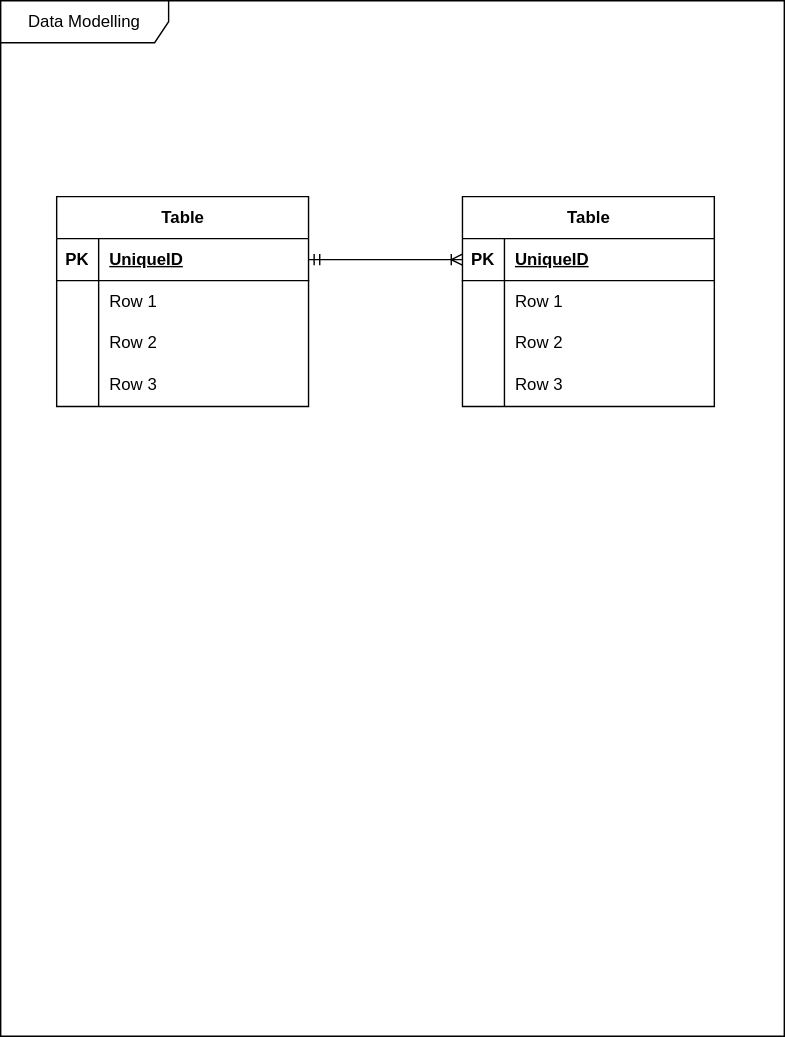
Earlier version of the draw.io export Document/DataModelling.svg (cjungwo/Weadinator). Source tidied: cells renumbered, new cells last; positions are measured from the earlier drawing's top-left corner, leaving out a move shared by most shapes.
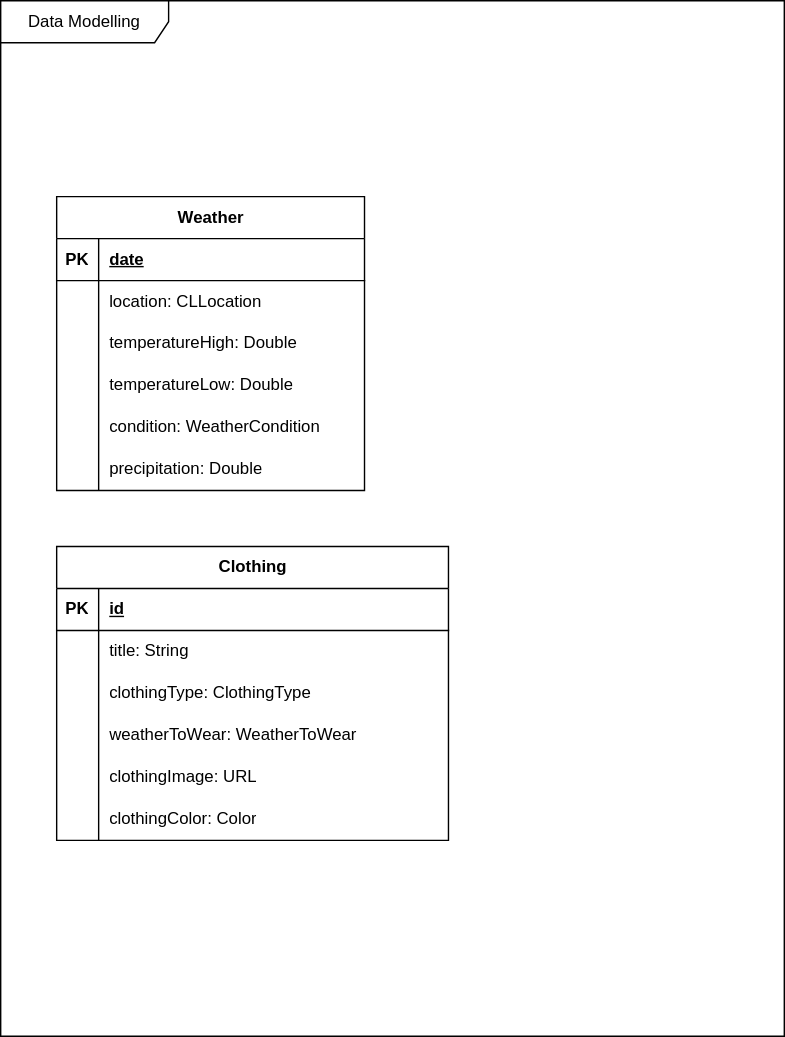
After the change.

Commit message:
#3 - Update Weather & Clothing Model in DataModelling

Change to the diagram source:
```diff
@@ -5,86 +5,119 @@
     <mxCell id="2" value="Data Modelling" style="shape=umlFrame;whiteSpace=wrap;html=1;width=120;height=30;" parent="1" vertex="1">
       <mxGeometry width="560" height="740" as="geometry" />
     </mxCell>
-    <mxCell id="3" value="Table" style="shape=table;startSize=30;rowLines=0;fontStyle=1;align=center;html=1;" parent="2" vertex="1">
-      <mxGeometry x="40" y="140" width="180" height="150" as="geometry" />
+    <mxCell id="3" value="Weather" style="shape=table;startSize=30;rowLines=0;fontStyle=1;align=center;html=1;" parent="2" vertex="1">
+      <mxGeometry x="40" y="140" width="220" height="210" as="geometry" />
     </mxCell>
     <mxCell id="4" style="shape=tableRow;horizontal=0;startSize=0;swimlaneHead=0;swimlaneBody=0;fillColor=none;points=[[0,0.5],[1,0.5]];portConstraint=eastwest;top=0;left=0;right=0;bottom=1;" parent="3" vertex="1">
-      <mxGeometry y="30" width="180" height="30" as="geometry" />
+      <mxGeometry y="30" width="220" height="30" as="geometry" />
     </mxCell>
     <mxCell id="5" value="PK" style="shape=partialRectangle;fillColor=none;top=0;left=0;bottom=0;right=0;fontStyle=1;overflow=hidden;whiteSpace=wrap;html=1;" parent="4" vertex="1">
       <mxGeometry width="30" height="30" as="geometry" />
     </mxCell>
-    <mxCell id="6" value="UniqueID" style="shape=partialRectangle;fillColor=none;top=0;left=0;bottom=0;right=0;align=left;spacingLeft=6;fontStyle=5;overflow=hidden;whiteSpace=wrap;html=1;" parent="4" vertex="1">
-      <mxGeometry x="30" width="150" height="30" as="geometry" />
+    <mxCell id="6" value="date" style="shape=partialRectangle;fillColor=none;top=0;left=0;bottom=0;right=0;align=left;spacingLeft=6;fontStyle=5;overflow=hidden;whiteSpace=wrap;html=1;" parent="4" vertex="1">
+      <mxGeometry x="30" width="190" height="30" as="geometry" />
     </mxCell>
+    <mxCell id="30" style="shape=tableRow;horizontal=0;startSize=0;swimlaneHead=0;swimlaneBody=0;fillColor=none;top=0;left=0;right=0;bottom=0;" parent="3" vertex="1">
+      <mxGeometry y="60" width="220" height="30" as="geometry" />
+    </mxCell>
+    <mxCell id="31" style="shape=partialRectangle;fillColor=none;top=0;left=0;bottom=0;right=0;overflow=hidden;whiteSpace=wrap;html=1;" parent="30" vertex="1">
+      <mxGeometry width="30" height="30" as="geometry" />
+    </mxCell>
+    <mxCell id="32" value="location: CLLocation" style="shape=partialRectangle;fillColor=none;top=0;left=0;bottom=0;right=0;align=left;spacingLeft=6;overflow=hidden;whiteSpace=wrap;html=1;" parent="30" vertex="1">
+      <mxGeometry x="30" width="190" height="30" as="geometry" />
+    </mxCell>
     <mxCell id="7" style="shape=tableRow;horizontal=0;startSize=0;swimlaneHead=0;swimlaneBody=0;fillColor=none;top=0;left=0;right=0;bottom=0;" parent="3" vertex="1">
-      <mxGeometry y="60" width="180" height="30" as="geometry" />
+      <mxGeometry y="90" width="220" height="30" as="geometry" />
     </mxCell>
     <mxCell id="8" style="shape=partialRectangle;fillColor=none;top=0;left=0;bottom=0;right=0;overflow=hidden;whiteSpace=wrap;html=1;" parent="7" vertex="1">
       <mxGeometry width="30" height="30" as="geometry" />
     </mxCell>
-    <mxCell id="9" value="Row 1" style="shape=partialRectangle;fillColor=none;top=0;left=0;bottom=0;right=0;align=left;spacingLeft=6;overflow=hidden;whiteSpace=wrap;html=1;" parent="7" vertex="1">
-      <mxGeometry x="30" width="150" height="30" as="geometry" />
+    <mxCell id="9" value="temperatureHigh: Double" style="shape=partialRectangle;fillColor=none;top=0;left=0;bottom=0;right=0;align=left;spacingLeft=6;overflow=hidden;whiteSpace=wrap;html=1;" parent="7" vertex="1">
+      <mxGeometry x="30" width="190" height="30" as="geometry" />
     </mxCell>
+    <mxCell id="33" style="shape=tableRow;horizontal=0;startSize=0;swimlaneHead=0;swimlaneBody=0;fillColor=none;top=0;left=0;right=0;bottom=0;" parent="3" vertex="1">
+      <mxGeometry y="120" width="220" height="30" as="geometry" />
+    </mxCell>
+    <mxCell id="34" style="shape=partialRectangle;fillColor=none;top=0;left=0;bottom=0;right=0;overflow=hidden;whiteSpace=wrap;html=1;" parent="33" vertex="1">
+      <mxGeometry width="30" height="30" as="geometry" />
+    </mxCell>
+    <mxCell id="35" value="temperatureLow: Double" style="shape=partialRectangle;fillColor=none;top=0;left=0;bottom=0;right=0;align=left;spacingLeft=6;overflow=hidden;whiteSpace=wrap;html=1;" parent="33" vertex="1">
+      <mxGeometry x="30" width="190" height="30" as="geometry" />
+    </mxCell>
     <mxCell id="10" style="shape=tableRow;horizontal=0;startSize=0;swimlaneHead=0;swimlaneBody=0;fillColor=none;top=0;left=0;right=0;bottom=0;" parent="3" vertex="1">
-      <mxGeometry y="90" width="180" height="30" as="geometry" />
+      <mxGeometry y="150" width="220" height="30" as="geometry" />
     </mxCell>
     <mxCell id="11" style="shape=partialRectangle;fillColor=none;top=0;left=0;bottom=0;right=0;overflow=hidden;whiteSpace=wrap;html=1;" parent="10" vertex="1">
       <mxGeometry width="30" height="30" as="geometry" />
     </mxCell>
-    <mxCell id="12" value="Row 2" style="shape=partialRectangle;fillColor=none;top=0;left=0;bottom=0;right=0;align=left;spacingLeft=6;overflow=hidden;whiteSpace=wrap;html=1;" parent="10" vertex="1">
-      <mxGeometry x="30" width="150" height="30" as="geometry" />
+    <mxCell id="12" value="condition: WeatherCondition" style="shape=partialRectangle;fillColor=none;top=0;left=0;bottom=0;right=0;align=left;spacingLeft=6;overflow=hidden;whiteSpace=wrap;html=1;" parent="10" vertex="1">
+      <mxGeometry x="30" width="190" height="30" as="geometry" />
     </mxCell>
     <mxCell id="13" style="shape=tableRow;horizontal=0;startSize=0;swimlaneHead=0;swimlaneBody=0;fillColor=none;top=0;left=0;right=0;bottom=0;" parent="3" vertex="1">
-      <mxGeometry y="120" width="180" height="30" as="geometry" />
+      <mxGeometry y="180" width="220" height="30" as="geometry" />
     </mxCell>
     <mxCell id="14" style="shape=partialRectangle;fillColor=none;top=0;left=0;bottom=0;right=0;overflow=hidden;whiteSpace=wrap;html=1;" parent="13" vertex="1">
       <mxGeometry width="30" height="30" as="geometry" />
     </mxCell>
-    <mxCell id="15" value="Row 3" style="shape=partialRectangle;fillColor=none;top=0;left=0;bottom=0;right=0;align=left;spacingLeft=6;overflow=hidden;whiteSpace=wrap;html=1;" parent="13" vertex="1">
-      <mxGeometry x="30" width="150" height="30" as="geometry" />
+    <mxCell id="15" value="precipitation: Double" style="shape=partialRectangle;fillColor=none;top=0;left=0;bottom=0;right=0;align=left;spacingLeft=6;overflow=hidden;whiteSpace=wrap;html=1;" parent="13" vertex="1">
+      <mxGeometry x="30" width="190" height="30" as="geometry" />
     </mxCell>
-    <mxCell id="16" value="Table" style="shape=table;startSize=30;rowLines=0;fontStyle=1;align=center;html=1;" parent="2" vertex="1">
-      <mxGeometry x="330" y="140" width="180" height="150" as="geometry" />
+    <mxCell id="16" value="Clothing" style="shape=table;startSize=30;rowLines=0;fontStyle=1;align=center;html=1;" parent="2" vertex="1">
+      <mxGeometry x="40" y="390" width="280" height="210" as="geometry" />
     </mxCell>
     <mxCell id="17" style="shape=tableRow;horizontal=0;startSize=0;swimlaneHead=0;swimlaneBody=0;fillColor=none;points=[[0,0.5],[1,0.5]];portConstraint=eastwest;top=0;left=0;right=0;bottom=1;" parent="16" vertex="1">
-      <mxGeometry y="30" width="180" height="30" as="geometry" />
+      <mxGeometry y="30" width="280" height="30" as="geometry" />
     </mxCell>
     <mxCell id="18" value="PK" style="shape=partialRectangle;fillColor=none;top=0;left=0;bottom=0;right=0;fontStyle=1;overflow=hidden;whiteSpace=wrap;html=1;" parent="17" vertex="1">
       <mxGeometry width="30" height="30" as="geometry" />
     </mxCell>
-    <mxCell id="19" value="UniqueID" style="shape=partialRectangle;fillColor=none;top=0;left=0;bottom=0;right=0;align=left;spacingLeft=6;fontStyle=5;overflow=hidden;whiteSpace=wrap;html=1;" parent="17" vertex="1">
-      <mxGeometry x="30" width="150" height="30" as="geometry" />
+    <mxCell id="19" value="id" style="shape=partialRectangle;fillColor=none;top=0;left=0;bottom=0;right=0;align=left;spacingLeft=6;fontStyle=5;overflow=hidden;whiteSpace=wrap;html=1;" parent="17" vertex="1">
+      <mxGeometry x="30" width="250" height="30" as="geometry" />
     </mxCell>
     <mxCell id="20" style="shape=tableRow;horizontal=0;startSize=0;swimlaneHead=0;swimlaneBody=0;fillColor=none;top=0;left=0;right=0;bottom=0;" parent="16" vertex="1">
-      <mxGeometry y="60" width="180" height="30" as="geometry" />
+      <mxGeometry y="60" width="280" height="30" as="geometry" />
     </mxCell>
     <mxCell id="21" style="shape=partialRectangle;fillColor=none;top=0;left=0;bottom=0;right=0;overflow=hidden;whiteSpace=wrap;html=1;" parent="20" vertex="1">
       <mxGeometry width="30" height="30" as="geometry" />
     </mxCell>
-    <mxCell id="22" value="Row 1" style="shape=partialRectangle;fillColor=none;top=0;left=0;bottom=0;right=0;align=left;spacingLeft=6;overflow=hidden;whiteSpace=wrap;html=1;" parent="20" vertex="1">
-      <mxGeometry x="30" width="150" height="30" as="geometry" />
+    <mxCell id="22" value="title: String" style="shape=partialRectangle;fillColor=none;top=0;left=0;bottom=0;right=0;align=left;spacingLeft=6;overflow=hidden;whiteSpace=wrap;html=1;" parent="20" vertex="1">
+      <mxGeometry x="30" width="250" height="30" as="geometry" />
     </mxCell>
+    <mxCell id="36" style="shape=tableRow;horizontal=0;startSize=0;swimlaneHead=0;swimlaneBody=0;fillColor=none;top=0;left=0;right=0;bottom=0;" parent="16" vertex="1">
+      <mxGeometry y="90" width="280" height="30" as="geometry" />
+    </mxCell>
+    <mxCell id="37" style="shape=partialRectangle;fillColor=none;top=0;left=0;bottom=0;right=0;overflow=hidden;whiteSpace=wrap;html=1;" parent="36" vertex="1">
+      <mxGeometry width="30" height="30" as="geometry" />
+    </mxCell>
+    <mxCell id="38" value="clothingType: ClothingType" style="shape=partialRectangle;fillColor=none;top=0;left=0;bottom=0;right=0;align=left;spacingLeft=6;overflow=hidden;whiteSpace=wrap;html=1;" parent="36" vertex="1">
+      <mxGeometry x="30" width="250" height="30" as="geometry" />
+    </mxCell>
     <mxCell id="23" style="shape=tableRow;horizontal=0;startSize=0;swimlaneHead=0;swimlaneBody=0;fillColor=none;top=0;left=0;right=0;bottom=0;" parent="16" vertex="1">
-      <mxGeometry y="90" width="180" height="30" as="geometry" />
+      <mxGeometry y="120" width="280" height="30" as="geometry" />
     </mxCell>
     <mxCell id="24" style="shape=partialRectangle;fillColor=none;top=0;left=0;bottom=0;right=0;overflow=hidden;whiteSpace=wrap;html=1;" parent="23" vertex="1">
       <mxGeometry width="30" height="30" as="geometry" />
     </mxCell>
-    <mxCell id="25" value="Row 2" style="shape=partialRectangle;fillColor=none;top=0;left=0;bottom=0;right=0;align=left;spacingLeft=6;overflow=hidden;whiteSpace=wrap;html=1;" parent="23" vertex="1">
-      <mxGeometry x="30" width="150" height="30" as="geometry" />
+    <mxCell id="25" value="weatherToWear: WeatherToWear" style="shape=partialRectangle;fillColor=none;top=0;left=0;bottom=0;right=0;align=left;spacingLeft=6;overflow=hidden;whiteSpace=wrap;html=1;" parent="23" vertex="1">
+      <mxGeometry x="30" width="250" height="30" as="geometry" />
     </mxCell>
     <mxCell id="26" style="shape=tableRow;horizontal=0;startSize=0;swimlaneHead=0;swimlaneBody=0;fillColor=none;top=0;left=0;right=0;bottom=0;" parent="16" vertex="1">
-      <mxGeometry y="120" width="180" height="30" as="geometry" />
+      <mxGeometry y="150" width="280" height="30" as="geometry" />
     </mxCell>
     <mxCell id="27" style="shape=partialRectangle;fillColor=none;top=0;left=0;bottom=0;right=0;overflow=hidden;whiteSpace=wrap;html=1;" parent="26" vertex="1">
       <mxGeometry width="30" height="30" as="geometry" />
     </mxCell>
-    <mxCell id="28" value="Row 3" style="shape=partialRectangle;fillColor=none;top=0;left=0;bottom=0;right=0;align=left;spacingLeft=6;overflow=hidden;whiteSpace=wrap;html=1;" parent="26" vertex="1">
-      <mxGeometry x="30" width="150" height="30" as="geometry" />
+    <mxCell id="28" value="clothingImage: URL" style="shape=partialRectangle;fillColor=none;top=0;left=0;bottom=0;right=0;align=left;spacingLeft=6;overflow=hidden;whiteSpace=wrap;html=1;" parent="26" vertex="1">
+      <mxGeometry x="30" width="250" height="30" as="geometry" />
     </mxCell>
-    <mxCell id="29" style="edgeStyle=orthogonalEdgeStyle;rounded=0;jettySize=auto;html=1;exitX=1;exitY=0.5;exitDx=0;exitDy=0;entryX=0;entryY=0.5;entryDx=0;entryDy=0;endArrow=ERoneToMany;endFill=0;startArrow=ERmandOne;startFill=0;" parent="2" edge="1" source="4" target="17">
-      <mxGeometry relative="1" as="geometry" />
-    </mxCell>
+    <mxCell id="39" style="shape=tableRow;horizontal=0;startSize=0;swimlaneHead=0;swimlaneBody=0;fillColor=none;top=0;left=0;right=0;bottom=0;" parent="16" vertex="1">
+      <mxGeometry y="180" width="280" height="30" as="geometry" />
+    </mxCell>
+    <mxCell id="40" style="shape=partialRectangle;fillColor=none;top=0;left=0;bottom=0;right=0;overflow=hidden;whiteSpace=wrap;html=1;" parent="39" vertex="1">
+      <mxGeometry width="30" height="30" as="geometry" />
+    </mxCell>
+    <mxCell id="41" value="clothingColor: Color" style="shape=partialRectangle;fillColor=none;top=0;left=0;bottom=0;right=0;align=left;spacingLeft=6;overflow=hidden;whiteSpace=wrap;html=1;" parent="39" vertex="1">
+      <mxGeometry x="30" width="250" height="30" as="geometry" />
+    </mxCell>
   </root>
 </mxGraphModel>
```
